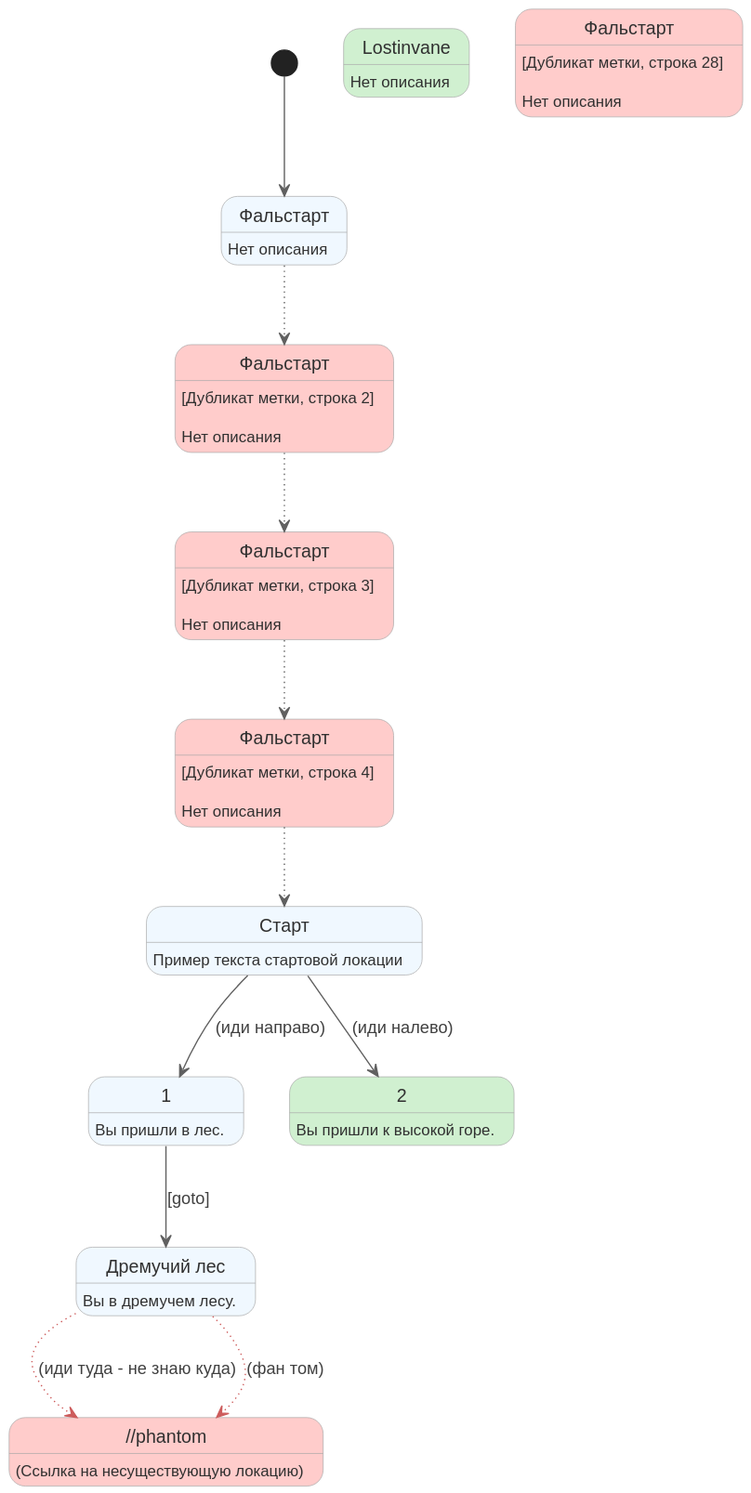
teenbull/urq2puml keeps this PlantUML diagram as tests/test.svg. Above is the earlier version.
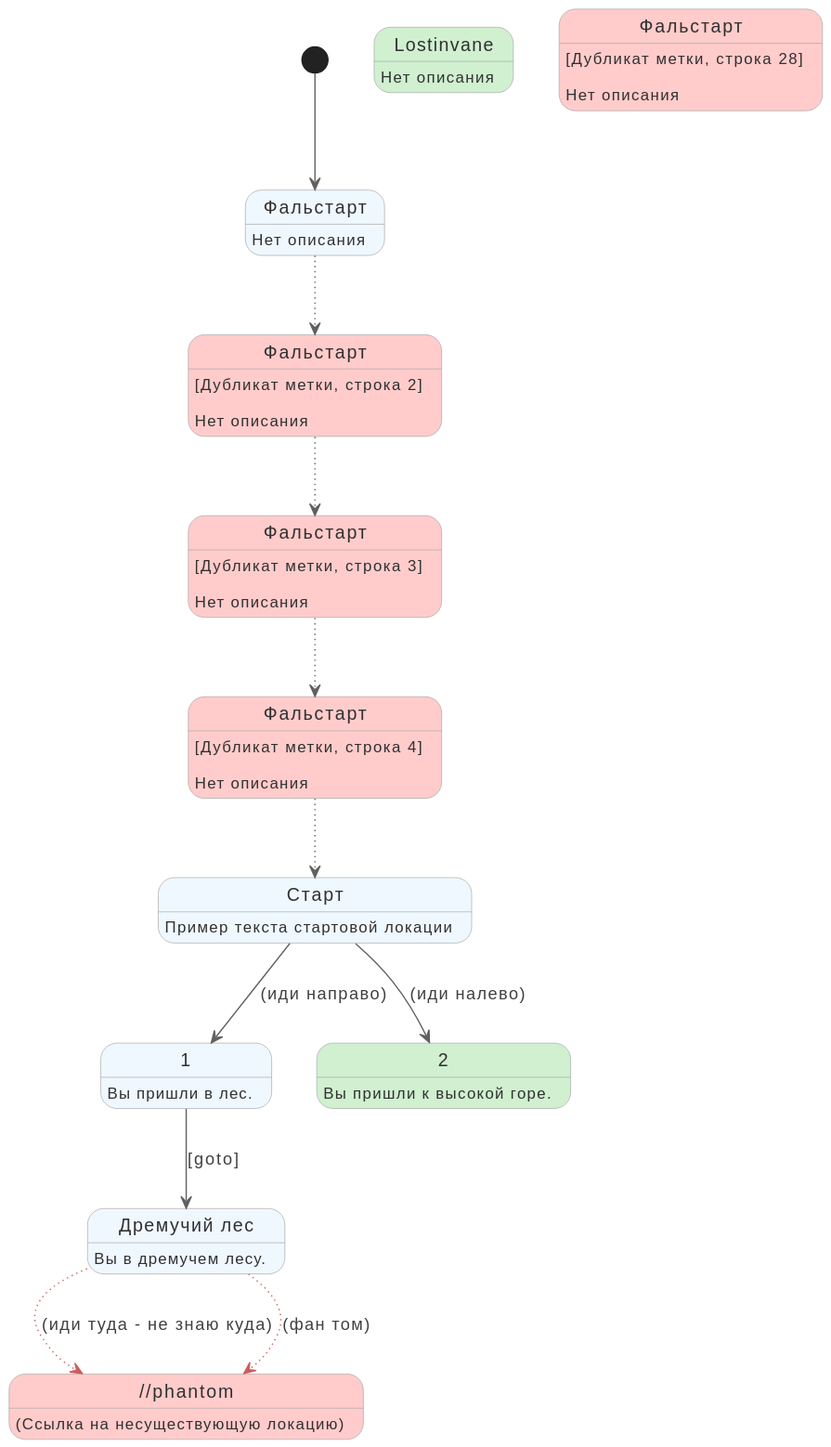
The same diagram one commit later.

The edit, as a diff of the source:
```diff
@@ -30,13 +30,13 @@
 state "Фальстарт" as 8 #ffcccb
 8: [Дубликат метки, строка 28]\n\nНет описания
 [*] --> 0
-4 --> 6 : (иди направо)
-4 --> 7 : (иди налево)
-5 -[#CD5C5C,dotted]-> PHANTOM_NODE_URQ : (иди туда - не знаю куда)
 0 -[dotted]-> 1
 1 -[dotted]-> 2
 2 -[dotted]-> 3
 3 -[dotted]-> 4
+4 --> 6 : (иди направо)
+4 --> 7 : (иди налево)
+5 -[#CD5C5C,dotted]-> PHANTOM_NODE_URQ : (иди туда - не знаю куда)
 5 -[#CD5C5C,dotted]-> PHANTOM_NODE_URQ : (фан том)
 6 --> 5 : [goto]
 @enduml
```
